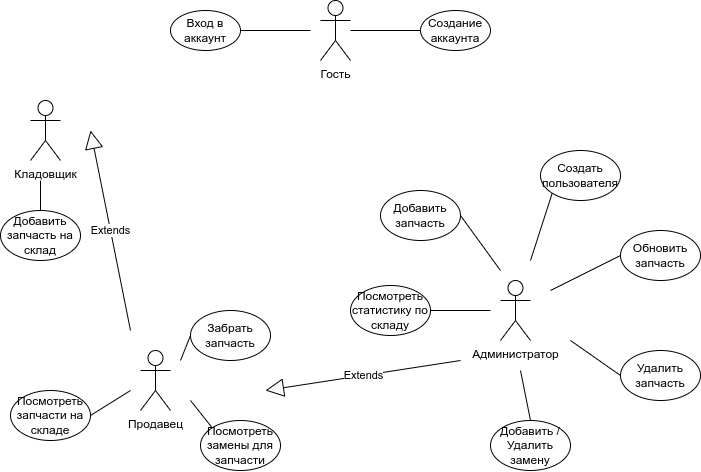
maxerMU/db-course keeps this draw.io diagram as doc/report/inc/img/use-case.png. Above is the earlier version. Source tidied: cells renumbered, new cells last; positions are measured from the earlier drawing's top-left corner, leaving out a move shared by most shapes. Its diagram source:
```xml
<mxGraphModel>
  <root>
    <mxCell id="0" />
    <mxCell id="1" parent="0" />
    <mxCell id="2" value="Гость" style="shape=umlActor;verticalLabelPosition=bottom;verticalAlign=top;html=1;outlineConnect=0;" parent="1" vertex="1">
      <mxGeometry x="320" width="30" height="60" as="geometry" />
    </mxCell>
    <mxCell id="3" value="Вход в аккаунт" style="ellipse;whiteSpace=wrap;html=1;" parent="1" vertex="1">
      <mxGeometry x="170" y="10" width="70" height="40" as="geometry" />
    </mxCell>
    <mxCell id="4" value="Создание аккаунта" style="ellipse;whiteSpace=wrap;html=1;" parent="1" vertex="1">
      <mxGeometry x="420" y="10" width="70" height="40" as="geometry" />
    </mxCell>
    <mxCell id="5" style="endArrow=none;html=1;rounded=0;exitX=1;exitY=0.5;exitDx=0;exitDy=0;" parent="1" edge="1" source="3">
      <mxGeometry relative="1" as="geometry">
        <mxPoint x="310" y="30" as="targetPoint" />
      </mxGeometry>
    </mxCell>
    <mxCell id="6" style="endArrow=none;html=1;rounded=0;exitX=0;exitY=0.5;exitDx=0;exitDy=0;" parent="1" edge="1" source="4" target="2">
      <mxGeometry relative="1" as="geometry" />
    </mxCell>
    <mxCell id="7" value="Кладовщик" style="shape=umlActor;verticalLabelPosition=bottom;verticalAlign=top;html=1;" parent="1" vertex="1">
      <mxGeometry x="30" y="100" width="30" height="60" as="geometry" />
    </mxCell>
    <mxCell id="8" value="Добавить запчасть на склад" style="ellipse;whiteSpace=wrap;html=1;" parent="1" vertex="1">
      <mxGeometry y="210" width="80" height="50" as="geometry" />
    </mxCell>
    <mxCell id="9" style="endArrow=none;html=1;rounded=0;exitX=0.5;exitY=0;exitDx=0;exitDy=0;" parent="1" edge="1" source="8">
      <mxGeometry relative="1" as="geometry">
        <mxPoint x="40" y="180" as="targetPoint" />
      </mxGeometry>
    </mxCell>
    <mxCell id="10" value="Extends" style="endArrow=block;endSize=16;endFill=0;html=1;rounded=0;" parent="1" edge="1">
      <mxGeometry relative="1" as="geometry">
        <mxPoint x="130" y="330" as="sourcePoint" />
        <mxPoint x="90" y="130" as="targetPoint" />
      </mxGeometry>
    </mxCell>
    <mxCell id="11" value="Продавец" style="shape=umlActor;verticalLabelPosition=bottom;verticalAlign=top;html=1;" parent="1" vertex="1">
      <mxGeometry x="140" y="350" width="30" height="60" as="geometry" />
    </mxCell>
    <mxCell id="12" value="Посмотреть запчасти на складе" style="ellipse;whiteSpace=wrap;html=1;" parent="1" vertex="1">
      <mxGeometry x="10" y="390" width="80" height="50" as="geometry" />
    </mxCell>
    <mxCell id="13" value="Забрать запчасть" style="ellipse;whiteSpace=wrap;html=1;" parent="1" vertex="1">
      <mxGeometry x="190" y="310" width="80" height="50" as="geometry" />
    </mxCell>
    <mxCell id="14" value="Посмотреть замены для запчасти" style="ellipse;whiteSpace=wrap;html=1;" parent="1" vertex="1">
      <mxGeometry x="200" y="420" width="80" height="50" as="geometry" />
    </mxCell>
    <mxCell id="15" value="Администратор" style="shape=umlActor;verticalLabelPosition=bottom;verticalAlign=top;html=1;" parent="1" vertex="1">
      <mxGeometry x="500" y="280" width="30" height="60" as="geometry" />
    </mxCell>
    <mxCell id="16" value="Extends" style="endArrow=block;endSize=16;endFill=0;html=1;rounded=0;" parent="1" edge="1">
      <mxGeometry relative="1" as="geometry">
        <mxPoint x="460" y="360" as="sourcePoint" />
        <mxPoint x="265" y="390" as="targetPoint" />
      </mxGeometry>
    </mxCell>
    <mxCell id="17" value="Посмотреть статистику по складу" style="ellipse;whiteSpace=wrap;html=1;" parent="1" vertex="1">
      <mxGeometry x="350" y="285" width="80" height="50" as="geometry" />
    </mxCell>
    <mxCell id="18" value="Создать пользователя" style="ellipse;whiteSpace=wrap;html=1;" parent="1" vertex="1">
      <mxGeometry x="540" y="150" width="80" height="50" as="geometry" />
    </mxCell>
    <mxCell id="19" value="Добавить запчасть" style="ellipse;whiteSpace=wrap;html=1;" parent="1" vertex="1">
      <mxGeometry x="380" y="190" width="80" height="50" as="geometry" />
    </mxCell>
    <mxCell id="20" value="Обновить запчасть" style="ellipse;whiteSpace=wrap;html=1;" parent="1" vertex="1">
      <mxGeometry x="620" y="230" width="80" height="50" as="geometry" />
    </mxCell>
    <mxCell id="21" value="Удалить запчасть" style="ellipse;whiteSpace=wrap;html=1;" parent="1" vertex="1">
      <mxGeometry x="620" y="350" width="80" height="50" as="geometry" />
    </mxCell>
    <mxCell id="22" value="Добавить / Удалить замену" style="ellipse;whiteSpace=wrap;html=1;" parent="1" vertex="1">
      <mxGeometry x="490" y="420" width="80" height="50" as="geometry" />
    </mxCell>
    <mxCell id="23" style="endArrow=none;html=1;rounded=0;entryX=1;entryY=0.5;entryDx=0;entryDy=0;" parent="1" edge="1" target="12">
      <mxGeometry relative="1" as="geometry">
        <mxPoint x="130" y="390" as="sourcePoint" />
      </mxGeometry>
    </mxCell>
    <mxCell id="24" style="endArrow=none;html=1;rounded=0;exitX=0;exitY=0.5;exitDx=0;exitDy=0;" parent="1" edge="1" source="13">
      <mxGeometry relative="1" as="geometry">
        <mxPoint x="180" y="360" as="targetPoint" />
      </mxGeometry>
    </mxCell>
    <mxCell id="25" style="endArrow=none;html=1;rounded=0;entryX=0;entryY=0;entryDx=0;entryDy=0;" parent="1" edge="1" target="14">
      <mxGeometry relative="1" as="geometry">
        <mxPoint x="190" y="400" as="sourcePoint" />
      </mxGeometry>
    </mxCell>
    <mxCell id="26" style="endArrow=none;html=1;rounded=0;exitX=0.5;exitY=0;exitDx=0;exitDy=0;" parent="1" edge="1" source="22">
      <mxGeometry relative="1" as="geometry">
        <mxPoint x="520" y="370" as="targetPoint" />
      </mxGeometry>
    </mxCell>
    <mxCell id="27" style="endArrow=none;html=1;rounded=0;entryX=0;entryY=0.5;entryDx=0;entryDy=0;" parent="1" edge="1" target="21">
      <mxGeometry relative="1" as="geometry">
        <mxPoint x="570" y="340" as="sourcePoint" />
      </mxGeometry>
    </mxCell>
    <mxCell id="28" style="endArrow=none;html=1;rounded=0;entryX=0;entryY=0.5;entryDx=0;entryDy=0;" parent="1" edge="1" target="20">
      <mxGeometry relative="1" as="geometry">
        <mxPoint x="550" y="290" as="sourcePoint" />
      </mxGeometry>
    </mxCell>
    <mxCell id="29" style="endArrow=none;html=1;rounded=0;entryX=0;entryY=1;entryDx=0;entryDy=0;" parent="1" edge="1" target="18">
      <mxGeometry relative="1" as="geometry">
        <mxPoint x="530" y="260" as="sourcePoint" />
      </mxGeometry>
    </mxCell>
    <mxCell id="30" style="endArrow=none;html=1;rounded=0;entryX=1;entryY=0.5;entryDx=0;entryDy=0;" parent="1" edge="1" target="19">
      <mxGeometry relative="1" as="geometry">
        <mxPoint x="500" y="270" as="sourcePoint" />
      </mxGeometry>
    </mxCell>
    <mxCell id="31" style="endArrow=none;html=1;rounded=0;entryX=1;entryY=0.5;entryDx=0;entryDy=0;" parent="1" edge="1" target="17">
      <mxGeometry relative="1" as="geometry">
        <mxPoint x="490" y="310" as="sourcePoint" />
      </mxGeometry>
    </mxCell>
  </root>
</mxGraphModel>
```
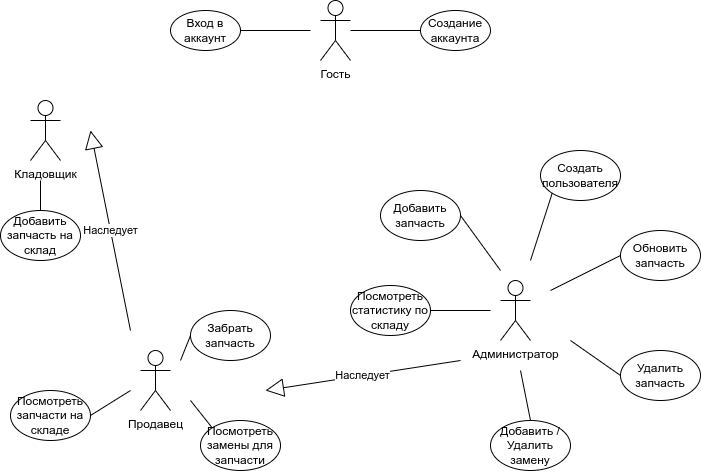
After the change.

What changed in the source:
```diff
@@ -30,7 +30,7 @@
         <mxPoint x="40" y="180" as="targetPoint" />
       </mxGeometry>
     </mxCell>
-    <mxCell id="10" value="Extends" style="endArrow=block;endSize=16;endFill=0;html=1;rounded=0;" parent="1" edge="1">
+    <mxCell id="10" value="Наследует" style="endArrow=block;endSize=16;endFill=0;html=1;rounded=0;" parent="1" edge="1">
       <mxGeometry relative="1" as="geometry">
         <mxPoint x="130" y="330" as="sourcePoint" />
         <mxPoint x="90" y="130" as="targetPoint" />
@@ -51,7 +51,7 @@
     <mxCell id="15" value="Администратор" style="shape=umlActor;verticalLabelPosition=bottom;verticalAlign=top;html=1;" parent="1" vertex="1">
       <mxGeometry x="500" y="280" width="30" height="60" as="geometry" />
     </mxCell>
-    <mxCell id="16" value="Extends" style="endArrow=block;endSize=16;endFill=0;html=1;rounded=0;" parent="1" edge="1">
+    <mxCell id="16" value="Наследует" style="endArrow=block;endSize=16;endFill=0;html=1;rounded=0;" parent="1" edge="1">
       <mxGeometry relative="1" as="geometry">
         <mxPoint x="460" y="360" as="sourcePoint" />
         <mxPoint x="265" y="390" as="targetPoint" />
```
